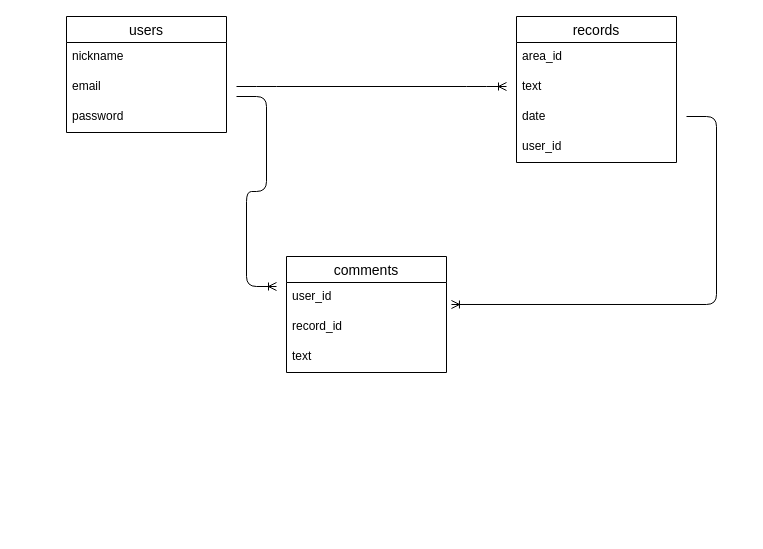
Above: okinawa.dio in leska91/okinawa_travel_notes (draw.io), before the change. Source tidied: cells renumbered, new cells numbered last; positions are measured from the earlier drawing's top-left corner, leaving out a move shared by most shapes. Both pictures are drawn from the tidied source at 100%, with x=0, y=0 at pixel (66, 16).
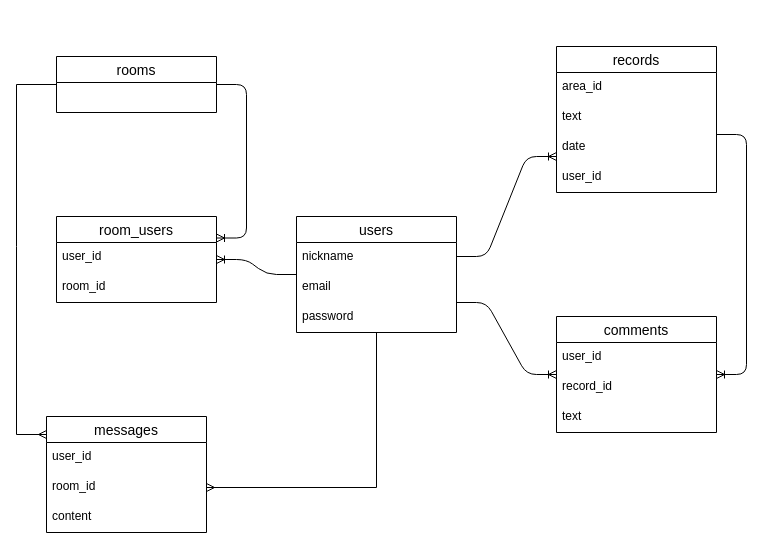
The same diagram, later.

Commit message (it also covers changes not shown here):
ER図＆README編集

Unchanged cells that the change refers to:
```xml
<mxCell id="12" value="user_id" style="text;strokeColor=none;fillColor=none;spacingLeft=4;spacingRight=4;overflow=hidden;points=[[0,0.5],[1,0.5]];portConstraint=eastwest;fontSize=12;" parent="11" vertex="1">
  <mxGeometry y="26" width="160" height="30" as="geometry" />
</mxCell>
```

What changed in the source:
```diff
@@
+    <mxCell id="18" style="edgeStyle=none;rounded=0;jettySize=auto;html=1;endArrow=ERmany;endFill=0;entryX=1;entryY=0.5;entryDx=0;entryDy=0;" parent="1" edge="1" source="2" target="23">
+      <mxGeometry relative="1" as="geometry">
+        <Array as="points">
+          <mxPoint x="310" y="471" />
+        </Array>
+      </mxGeometry>
+    </mxCell>
     <mxCell id="2" value="users" style="swimlane;fontStyle=0;horizontal=1;startSize=26;align=center;fontSize=14;" parent="1" vertex="1">
-      <mxGeometry width="160" height="116" as="geometry" />
+      <mxGeometry x="230" y="200" width="160" height="116" as="geometry" />
     </mxCell>
@@
     <mxCell id="6" value="records" style="swimlane;fontStyle=0;horizontal=1;startSize=26;align=center;fontSize=14;" parent="1" vertex="1">
-      <mxGeometry x="450" width="160" height="146" as="geometry" />
+      <mxGeometry x="490" y="30" width="160" height="146" as="geometry" />
     </mxCell>
@@
     <mxCell id="11" value="comments" style="swimlane;fontStyle=0;horizontal=1;startSize=26;align=center;fontSize=14;" parent="1" vertex="1">
-      <mxGeometry x="220" y="240" width="160" height="116" as="geometry" />
+      <mxGeometry x="490" y="300" width="160" height="116" as="geometry" />
     </mxCell>
@@
-    <mxCell id="15" style="edgeStyle=entityRelationEdgeStyle;fontSize=12;html=1;endArrow=ERoneToMany;" parent="1" edge="1">
-      <mxGeometry relative="1" as="geometry">
-        <mxPoint x="170" y="70" as="sourcePoint" />
-        <mxPoint x="440" y="70" as="targetPoint" />
-      </mxGeometry>
-    </mxCell>
-    <mxCell id="16" style="edgeStyle=entityRelationEdgeStyle;fontSize=12;html=1;endArrow=ERoneToMany;" parent="1" edge="1">
-      <mxGeometry relative="1" as="geometry">
-        <mxPoint x="170" y="80" as="sourcePoint" />
-        <mxPoint x="210" y="270" as="targetPoint" />
-      </mxGeometry>
-    </mxCell>
-    <mxCell id="17" style="edgeStyle=entityRelationEdgeStyle;fontSize=12;html=1;endArrow=ERoneToMany;entryX=1.031;entryY=0.733;entryDx=0;entryDy=0;entryPerimeter=0;" parent="1" edge="1" target="12">
-      <mxGeometry relative="1" as="geometry">
-        <mxPoint x="620" y="100" as="sourcePoint" />
-      </mxGeometry>
-    </mxCell>
+    <mxCell id="19" value="rooms" style="swimlane;fontStyle=0;horizontal=1;startSize=26;align=center;fontSize=14;" parent="1" vertex="1">
+      <mxGeometry x="-10" y="40" width="160" height="56" as="geometry" />
+    </mxCell>
+    <mxCell id="20" style="edgeStyle=none;rounded=0;jettySize=auto;html=1;endArrow=ERmany;endFill=0;" parent="1" edge="1" source="19">
+      <mxGeometry relative="1" as="geometry">
+        <mxPoint x="-20" y="418" as="targetPoint" />
+        <Array as="points">
+          <mxPoint x="-50" y="68" />
+          <mxPoint x="-50" y="230" />
+          <mxPoint x="-50" y="418" />
+        </Array>
+      </mxGeometry>
+    </mxCell>
+    <mxCell id="21" value="messages" style="swimlane;fontStyle=0;horizontal=1;startSize=26;align=center;fontSize=14;" parent="1" vertex="1">
+      <mxGeometry x="-20" y="400" width="160" height="116" as="geometry" />
+    </mxCell>
+    <mxCell id="22" value="user_id" style="text;strokeColor=none;fillColor=none;spacingLeft=4;spacingRight=4;overflow=hidden;fontSize=12;" parent="21" vertex="1">
+      <mxGeometry y="26" width="160" height="30" as="geometry" />
+    </mxCell>
+    <mxCell id="23" value="room_id" style="text;strokeColor=none;fillColor=none;spacingLeft=4;spacingRight=4;overflow=hidden;points=[[0,0.5],[1,0.5]];portConstraint=eastwest;fontSize=12;" parent="21" vertex="1">
+      <mxGeometry y="56" width="160" height="30" as="geometry" />
+    </mxCell>
+    <mxCell id="24" value="content" style="text;strokeColor=none;fillColor=none;spacingLeft=4;spacingRight=4;overflow=hidden;fontSize=12;" parent="21" vertex="1">
+      <mxGeometry y="86" width="160" height="30" as="geometry" />
+    </mxCell>
+    <mxCell id="25" value="room_users" style="swimlane;fontStyle=0;horizontal=1;startSize=26;align=center;fontSize=14;" parent="1" vertex="1">
+      <mxGeometry x="-10" y="200" width="160" height="86" as="geometry" />
+    </mxCell>
+    <mxCell id="26" value="user_id" style="text;strokeColor=none;fillColor=none;spacingLeft=4;spacingRight=4;overflow=hidden;fontSize=12;" parent="25" vertex="1">
+      <mxGeometry y="26" width="160" height="30" as="geometry" />
+    </mxCell>
+    <mxCell id="27" value="room_id" style="text;strokeColor=none;fillColor=none;spacingLeft=4;spacingRight=4;overflow=hidden;fontSize=12;" parent="25" vertex="1">
+      <mxGeometry y="56" width="160" height="30" as="geometry" />
+    </mxCell>
+    <mxCell id="28" style="edgeStyle=entityRelationEdgeStyle;fontSize=12;html=1;endArrow=ERoneToMany;" parent="1" edge="1">
+      <mxGeometry relative="1" as="geometry">
+        <mxPoint x="390" y="240" as="sourcePoint" />
+        <mxPoint x="490" y="140" as="targetPoint" />
+      </mxGeometry>
+    </mxCell>
+    <mxCell id="29" style="edgeStyle=entityRelationEdgeStyle;fontSize=12;html=1;endArrow=ERoneToMany;" parent="1" edge="1" target="11">
+      <mxGeometry relative="1" as="geometry">
+        <mxPoint x="390" y="286" as="sourcePoint" />
+      </mxGeometry>
+    </mxCell>
+    <mxCell id="30" style="edgeStyle=entityRelationEdgeStyle;fontSize=12;html=1;endArrow=ERoneToMany;" parent="1" edge="1" target="11">
+      <mxGeometry relative="1" as="geometry">
+        <mxPoint x="650" y="118" as="sourcePoint" />
+      </mxGeometry>
+    </mxCell>
+    <mxCell id="31" style="edgeStyle=entityRelationEdgeStyle;fontSize=12;html=1;endArrow=ERoneToMany;" parent="1" edge="1" source="2" target="25">
+      <mxGeometry relative="1" as="geometry" />
+    </mxCell>
+    <mxCell id="32" style="edgeStyle=entityRelationEdgeStyle;fontSize=12;html=1;endArrow=ERoneToMany;entryX=1;entryY=0.25;entryDx=0;entryDy=0;" parent="1" edge="1" source="19" target="25">
+      <mxGeometry relative="1" as="geometry" />
+    </mxCell>
```
